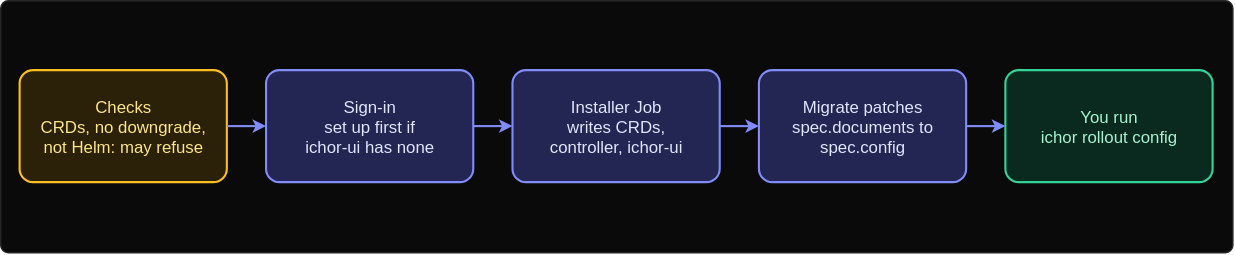
The draw.io diagram docs/images/ih-upgrade-ichor.dark.drawio.svg in maeshinshin/ichor, before a commit. Source tidied: cells renumbered, new cells last; positions are measured from the earlier drawing's top-left corner, leaving out a move shared by most shapes.
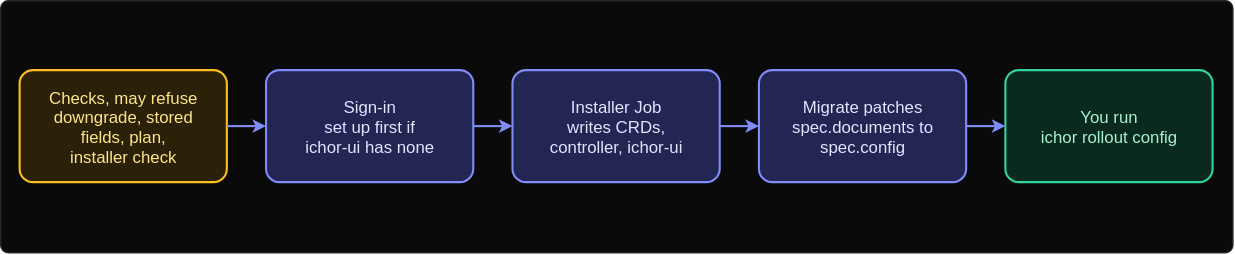
The same file after the commit.

Commit message:
docs(guides): upgrade Ichor refuses before it writes

What changed in the source:
```diff
@@ -5,7 +5,7 @@
     <mxCell id="2" style="rounded=1;arcSize=3;fillColor=light-dark(#FFFFFF,#0A0A0A);strokeColor=light-dark(#E5E5E5,#262626);strokeWidth=1;html=0;" parent="1" vertex="1">
       <mxGeometry width="880" height="180" as="geometry" />
     </mxCell>
-    <mxCell id="3" value="Checks&#10;CRDs, no downgrade,&#10;not Helm: may refuse" style="rounded=1;arcSize=12;fillColor=light-dark(#FFFBEB,#2B2008);strokeColor=light-dark(#D97706,#FBBF24);strokeWidth=1.5;fontColor=light-dark(#78350F,#FDE68A);fontFamily=Helvetica;fontSize=12;align=center;verticalAlign=middle;html=0;" parent="1" vertex="1">
+    <mxCell id="3" value="Checks, may refuse&#10;downgrade, stored&#10;fields, plan,&#10;installer check" style="rounded=1;arcSize=12;fillColor=light-dark(#FFFBEB,#2B2008);strokeColor=light-dark(#D97706,#FBBF24);strokeWidth=1.5;fontColor=light-dark(#78350F,#FDE68A);fontFamily=Helvetica;fontSize=12;align=center;verticalAlign=middle;html=0;" parent="1" vertex="1">
       <mxGeometry x="14" y="50" width="148" height="80" as="geometry" />
     </mxCell>
     <mxCell id="4" value="Sign-in&#10;set up first if&#10;ichor-ui has none" style="rounded=1;arcSize=12;fillColor=light-dark(#EEF2FF,#232553);strokeColor=light-dark(#6366F1,#818CF8);strokeWidth=1.5;fontColor=light-dark(#1E1B4B,#E0E7FF);fontFamily=Helvetica;fontSize=12;align=center;verticalAlign=middle;html=0;" parent="1" vertex="1">
```
